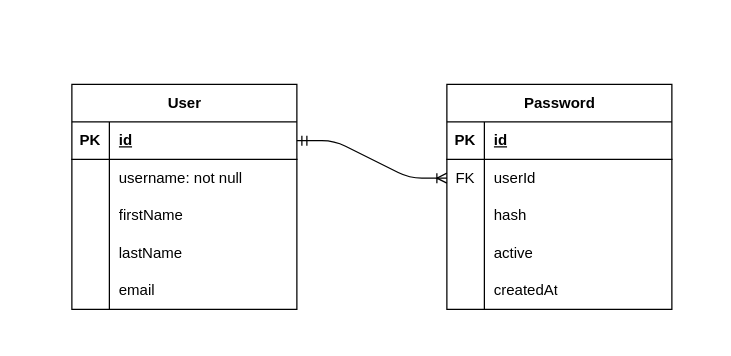
izidoromth/macros keeps this draw.io diagram as documents/erd.drawio. Above is the earlier version. Source tidied: cells renumbered, new cells numbered last; positions are measured from the earlier drawing's top-left corner, leaving out a move shared by most shapes. Both pictures are drawn from the tidied source at 125%, with x=0, y=0 at pixel (71, 84).
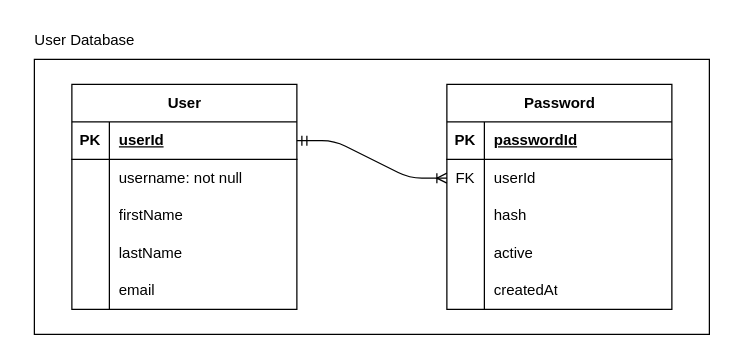
Above is the later version.

Commit message (it also covers changes not shown here):
:memo: Add architecture first sketch

Unchanged cells that the change refers to:
```xml
<mxCell id="3" style="shape=tableRow;horizontal=0;startSize=0;swimlaneHead=0;swimlaneBody=0;fillColor=none;points=[[0,0.5],[1,0.5]];portConstraint=eastwest;top=0;left=0;right=0;bottom=1;" parent="2" vertex="1">
  <mxGeometry y="30" width="180" height="30" as="geometry" />
</mxCell>
<mxCell id="19" style="shape=tableRow;horizontal=0;startSize=0;swimlaneHead=0;swimlaneBody=0;fillColor=none;top=0;left=0;right=0;bottom=1;" parent="18" vertex="1">
  <mxGeometry y="30" width="180" height="30" as="geometry" />
</mxCell>
```

What changed in the source:
```diff
@@
+    <mxCell id="35" style="rounded=0;whiteSpace=wrap;html=1;" parent="1" vertex="1">
+      <mxGeometry x="-30" y="-20" width="540" height="220" as="geometry" />
+    </mxCell>
@@
-    <mxCell id="5" value="id" style="shape=partialRectangle;fillColor=none;top=0;left=0;bottom=0;right=0;align=left;spacingLeft=6;fontStyle=5;overflow=hidden;whiteSpace=wrap;html=1;" parent="3" vertex="1">
+    <mxCell id="5" value="userId" style="shape=partialRectangle;fillColor=none;top=0;left=0;bottom=0;right=0;align=left;spacingLeft=6;fontStyle=5;overflow=hidden;whiteSpace=wrap;html=1;" parent="3" vertex="1">
       <mxGeometry x="30" width="150" height="30" as="geometry" />
     </mxCell>
@@
-    <mxCell id="21" value="id" style="shape=partialRectangle;fillColor=none;top=0;left=0;bottom=0;right=0;align=left;spacingLeft=6;fontStyle=5;overflow=hidden;whiteSpace=wrap;html=1;" parent="19" vertex="1">
+    <mxCell id="21" value="passwordId" style="shape=partialRectangle;fillColor=none;top=0;left=0;bottom=0;right=0;align=left;spacingLeft=6;fontStyle=5;overflow=hidden;whiteSpace=wrap;html=1;" parent="19" vertex="1">
       <mxGeometry x="30" width="150" height="30" as="geometry" />
     </mxCell>
@@
+    <mxCell id="36" value="User Database" style="text;html=1;align=center;verticalAlign=middle;strokeColor=none;fillColor=none;" parent="1" vertex="1">
+      <mxGeometry x="-40" y="-50" width="100" height="30" as="geometry" />
+    </mxCell>
```
